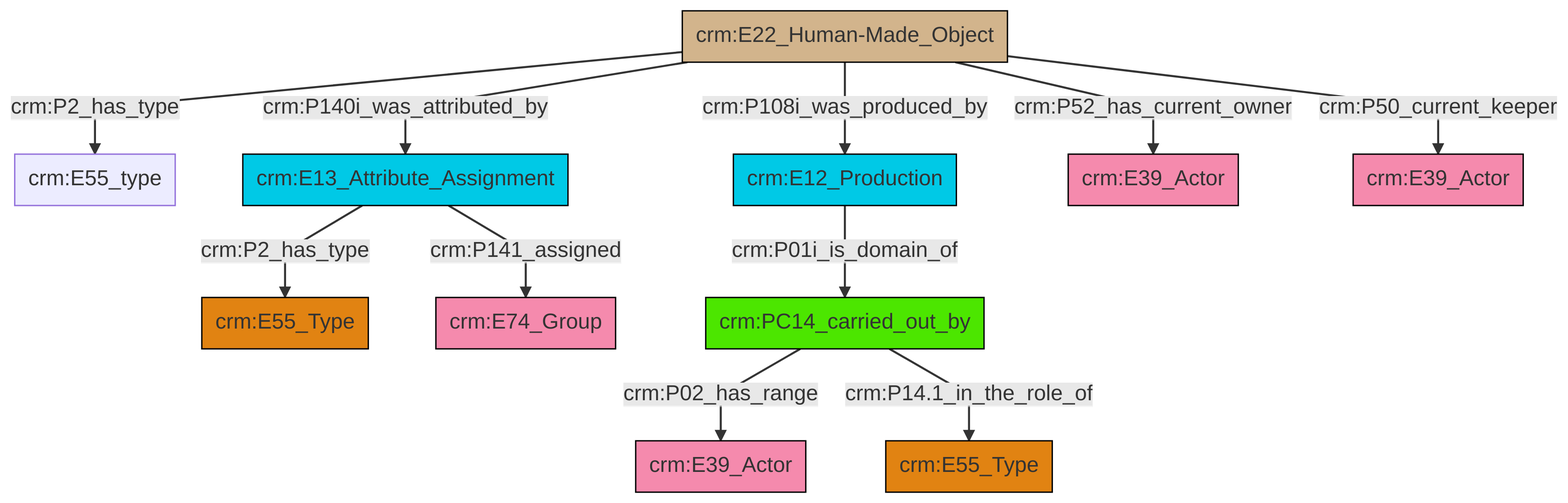
swiss-art-research-net/docs.swissartresearch keeps this Mermaid diagram as et/artworkCSV/ttl/mmd/png/Artwork_Actor_Relations.png. Above is the earlier version. Its source is kept beside it as et/artworkCSV/ttl/mmd/Artwork_Actor_Relations.ttl.mmd.
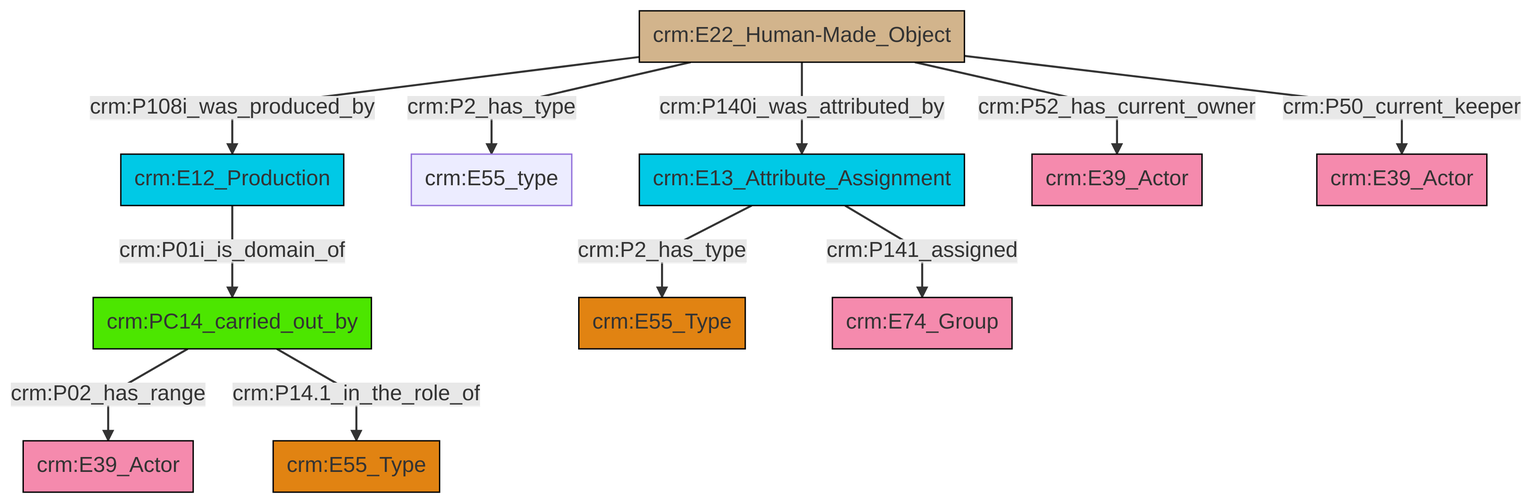
Above is the later version.

Diff of the diagram source:
```diff
@@ -13,13 +13,13 @@
 classDef PC_Classes fill:#4ce600, stroke:#000000;
 classDef Multi fill:#cccccc,stroke:#000000;
 
-2["crm:E22_Human-Made_Object"]:::Physical_Thing -->|crm:P2_has_type| 3["crm:E55_type"]:::Default
-2["crm:E22_Human-Made_Object"]:::Physical_Thing -->|crm:P140i_was_attributed_by| 6["crm:E13_Attribute_Assignment"]:::Temporal_Entity
-7["crm:E12_Production"]:::Temporal_Entity -->|crm:P01i_is_domain_of| 4["crm:PC14_carried_out_by"]:::PC_Classes
-2["crm:E22_Human-Made_Object"]:::Physical_Thing -->|crm:P108i_was_produced_by| 7["crm:E12_Production"]:::Temporal_Entity
-4["crm:PC14_carried_out_by"]:::PC_Classes -->|crm:P02_has_range| 15["crm:E39_Actor"]:::Actor
-2["crm:E22_Human-Made_Object"]:::Physical_Thing -->|crm:P52_has_current_owner| 11["crm:E39_Actor"]:::Actor
-2["crm:E22_Human-Made_Object"]:::Physical_Thing -->|crm:P50_current_keeper| 16["crm:E39_Actor"]:::Actor
-6["crm:E13_Attribute_Assignment"]:::Temporal_Entity -->|crm:P2_has_type| 0["crm:E55_Type"]:::Type
-6["crm:E13_Attribute_Assignment"]:::Temporal_Entity -->|crm:P141_assigned| 13["crm:E74_Group"]:::Actor
-4["crm:PC14_carried_out_by"]:::PC_Classes -->|crm:P14.1_in_the_role_of| 8["crm:E55_Type"]:::Type
+6["crm:E13_Attribute_Assignment"]:::Temporal_Entity -->|crm:P2_has_type| 7["crm:E55_Type"]:::Type
+8["crm:PC14_carried_out_by"]:::PC_Classes -->|crm:P02_has_range| 9["crm:E39_Actor"]:::Actor
+11["crm:E22_Human-Made_Object"]:::Physical_Thing -->|crm:P108i_was_produced_by| 2["crm:E12_Production"]:::Temporal_Entity
+2["crm:E12_Production"]:::Temporal_Entity -->|crm:P01i_is_domain_of| 8["crm:PC14_carried_out_by"]:::PC_Classes
+11["crm:E22_Human-Made_Object"]:::Physical_Thing -->|crm:P2_has_type| 0["crm:E55_type"]:::Default
+11["crm:E22_Human-Made_Object"]:::Physical_Thing -->|crm:P140i_was_attributed_by| 6["crm:E13_Attribute_Assignment"]:::Temporal_Entity
+11["crm:E22_Human-Made_Object"]:::Physical_Thing -->|crm:P52_has_current_owner| 17["crm:E39_Actor"]:::Actor
+6["crm:E13_Attribute_Assignment"]:::Temporal_Entity -->|crm:P141_assigned| 19["crm:E74_Group"]:::Actor
+11["crm:E22_Human-Made_Object"]:::Physical_Thing -->|crm:P50_current_keeper| 14["crm:E39_Actor"]:::Actor
+8["crm:PC14_carried_out_by"]:::PC_Classes -->|crm:P14.1_in_the_role_of| 4["crm:E55_Type"]:::Type
```
